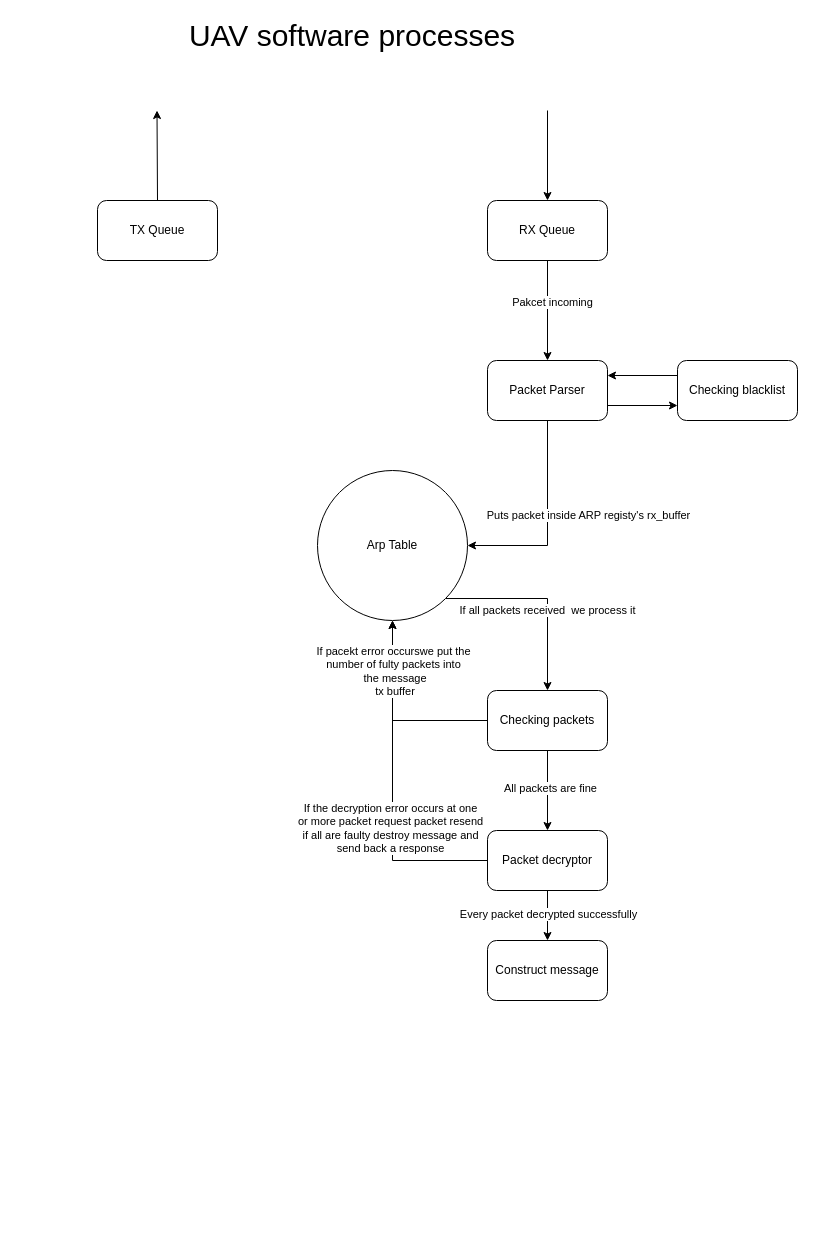
This is Untitled Diagram.drawio from Gepsonka/TDK, a draw.io file, before an edit. Source tidied: cells renumbered, new cells numbered last; positions are measured from the earlier drawing's top-left corner, leaving out a move shared by most shapes. Both pictures are drawn from the tidied source at 100%, with x=0, y=0 at pixel (97, 20).
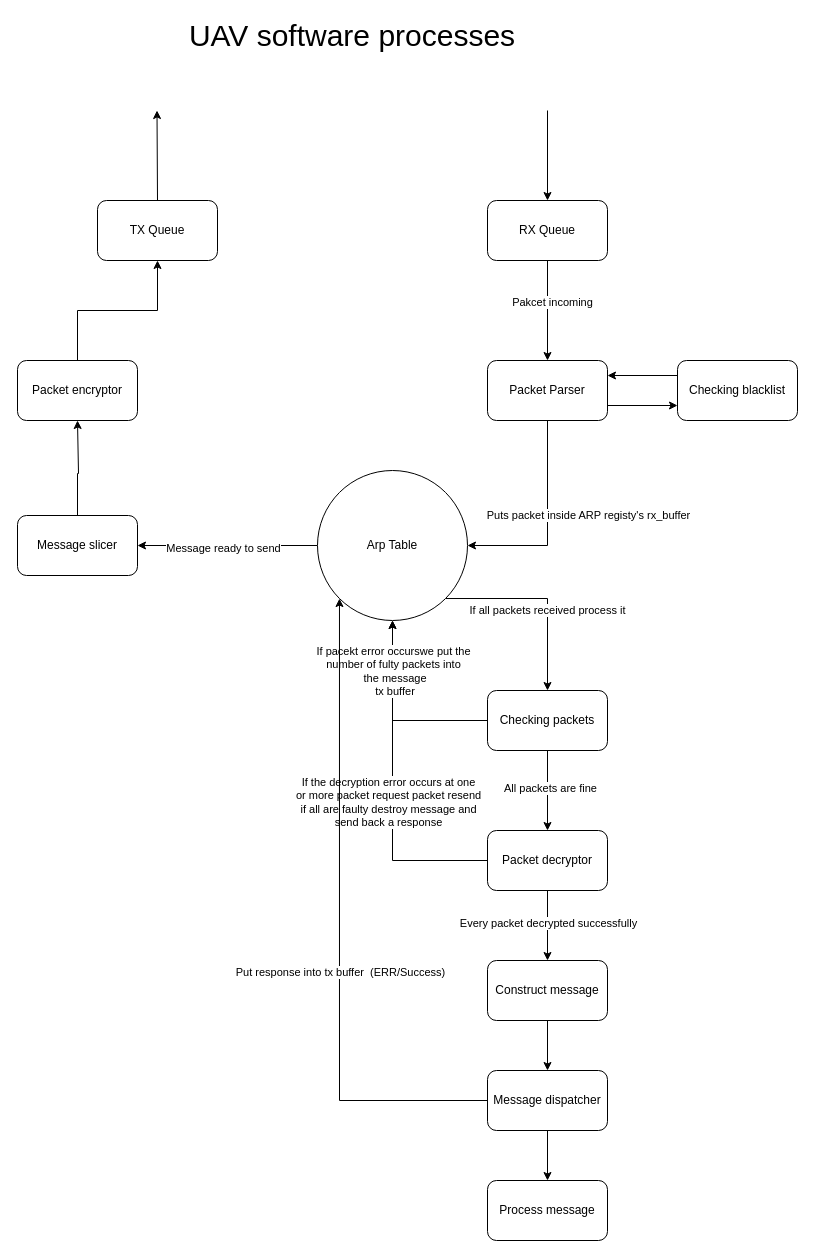
The same diagram, later.

The change refers to these unchanged cells:
```xml
<mxCell id="4" value="TX Queue" style="rounded=1;whiteSpace=wrap;html=1;" parent="1" vertex="1">
  <mxGeometry y="180" width="120" height="60" as="geometry" />
</mxCell>
<mxCell id="12" style="edgeStyle=orthogonalEdgeStyle;rounded=0;jettySize=auto;html=1;exitX=1;exitY=1;exitDx=0;exitDy=0;entryX=0.5;entryY=0;entryDx=0;entryDy=0;" parent="1" edge="1" source="14" target="27">
  <mxGeometry relative="1" as="geometry" />
</mxCell>
<mxCell id="14" value="Arp Table" style="ellipse;whiteSpace=wrap;html=1;" parent="1" vertex="1">
  <mxGeometry x="220" y="450" width="150" height="150" as="geometry" />
</mxCell>
<mxCell id="18" style="edgeStyle=orthogonalEdgeStyle;rounded=0;jettySize=auto;html=1;exitX=0;exitY=0.5;exitDx=0;exitDy=0;" parent="1" edge="1" source="22" target="14">
  <mxGeometry relative="1" as="geometry" />
</mxCell>
```

Change to the diagram source:
```diff
@@
-    <mxCell id="13" value="If all packets received&amp;nbsp; we process it" style="edgeLabel;html=1;align=center;verticalAlign=middle;" parent="12" vertex="1">
+    <mxCell id="13" value="If all packets received process it" style="edgeLabel;html=1;align=center;verticalAlign=middle;" parent="12" vertex="1">
       <mxGeometry x="0.17" relative="1" as="geometry">
         <mxPoint x="-1" as="offset" />
       </mxGeometry>
     </mxCell>
+    <mxCell id="29" style="edgeStyle=orthogonalEdgeStyle;rounded=0;jettySize=auto;html=1;exitX=0;exitY=0.5;exitDx=0;exitDy=0;" parent="1" edge="1" source="14" target="38">
+      <mxGeometry relative="1" as="geometry" />
+    </mxCell>
+    <mxCell id="30" value="Message ready to send" style="edgeLabel;html=1;align=center;verticalAlign=middle;" parent="29" vertex="1">
+      <mxGeometry x="0.06" y="2" relative="1" as="geometry" />
+    </mxCell>
@@
     <mxCell id="19" value="&lt;div&gt;If the decryption error occurs at one &lt;br&gt;&lt;/div&gt;&lt;div&gt;or more packet request packet resend&lt;/div&gt;&lt;div&gt;if all are faulty destroy message and &lt;br&gt;&lt;/div&gt;&lt;div&gt;send back a response&lt;br&gt;&lt;/div&gt;" style="edgeLabel;html=1;align=center;verticalAlign=middle;" parent="18" vertex="1">
       <mxGeometry x="-0.24" y="3" relative="1" as="geometry">
-        <mxPoint y="-1" as="offset" />
+        <mxPoint x="-2" y="-27" as="offset" />
       </mxGeometry>
     </mxCell>
@@
+    <mxCell id="31" style="edgeStyle=orthogonalEdgeStyle;rounded=0;jettySize=auto;html=1;exitX=0.5;exitY=1;exitDx=0;exitDy=0;entryX=0.5;entryY=0;entryDx=0;entryDy=0;" parent="1" edge="1" source="28" target="35">
+      <mxGeometry relative="1" as="geometry" />
+    </mxCell>
     <mxCell id="28" value="Construct message" style="rounded=1;whiteSpace=wrap;html=1;" parent="1" vertex="1">
-      <mxGeometry x="390" y="920" width="120" height="60" as="geometry" />
+      <mxGeometry x="390" y="940" width="120" height="60" as="geometry" />
     </mxCell>
+    <mxCell id="32" style="edgeStyle=orthogonalEdgeStyle;rounded=0;jettySize=auto;html=1;exitX=0;exitY=0.5;exitDx=0;exitDy=0;entryX=0;entryY=1;entryDx=0;entryDy=0;" parent="1" edge="1" source="35" target="14">
+      <mxGeometry relative="1" as="geometry" />
+    </mxCell>
+    <mxCell id="33" value="Put response into tx buffer&amp;nbsp; (ERR/Success)" style="edgeLabel;html=1;align=center;verticalAlign=middle;" parent="32" vertex="1">
+      <mxGeometry x="-0.15" y="-1" relative="1" as="geometry" />
+    </mxCell>
+    <mxCell id="34" style="edgeStyle=orthogonalEdgeStyle;rounded=0;jettySize=auto;html=1;exitX=0.5;exitY=1;exitDx=0;exitDy=0;entryX=0.5;entryY=0;entryDx=0;entryDy=0;" parent="1" edge="1" source="35" target="36">
+      <mxGeometry relative="1" as="geometry" />
+    </mxCell>
+    <mxCell id="35" value="Message dispatcher" style="rounded=1;whiteSpace=wrap;html=1;" parent="1" vertex="1">
+      <mxGeometry x="390" y="1050" width="120" height="60" as="geometry" />
+    </mxCell>
+    <mxCell id="36" value="Process message" style="rounded=1;whiteSpace=wrap;html=1;" parent="1" vertex="1">
+      <mxGeometry x="390" y="1160" width="120" height="60" as="geometry" />
+    </mxCell>
+    <mxCell id="37" style="edgeStyle=orthogonalEdgeStyle;rounded=0;jettySize=auto;html=1;exitX=0.5;exitY=0;exitDx=0;exitDy=0;entryX=0.5;entryY=1;entryDx=0;entryDy=0;" parent="1" edge="1" source="38" target="40">
+      <mxGeometry relative="1" as="geometry">
+        <Array as="points">
+          <mxPoint x="-20" y="453" />
+          <mxPoint x="-19" y="453" />
+        </Array>
+      </mxGeometry>
+    </mxCell>
+    <mxCell id="38" value="&lt;div&gt;Message slicer&lt;/div&gt;" style="rounded=1;whiteSpace=wrap;html=1;" parent="1" vertex="1">
+      <mxGeometry x="-80" y="495" width="120" height="60" as="geometry" />
+    </mxCell>
+    <mxCell id="39" style="edgeStyle=orthogonalEdgeStyle;rounded=0;jettySize=auto;html=1;exitX=0.5;exitY=0;exitDx=0;exitDy=0;entryX=0.5;entryY=1;entryDx=0;entryDy=0;" parent="1" edge="1" source="40" target="4">
+      <mxGeometry relative="1" as="geometry" />
+    </mxCell>
+    <mxCell id="40" value="Packet encryptor" style="rounded=1;whiteSpace=wrap;html=1;" parent="1" vertex="1">
+      <mxGeometry x="-80" y="340" width="120" height="60" as="geometry" />
+    </mxCell>
```
